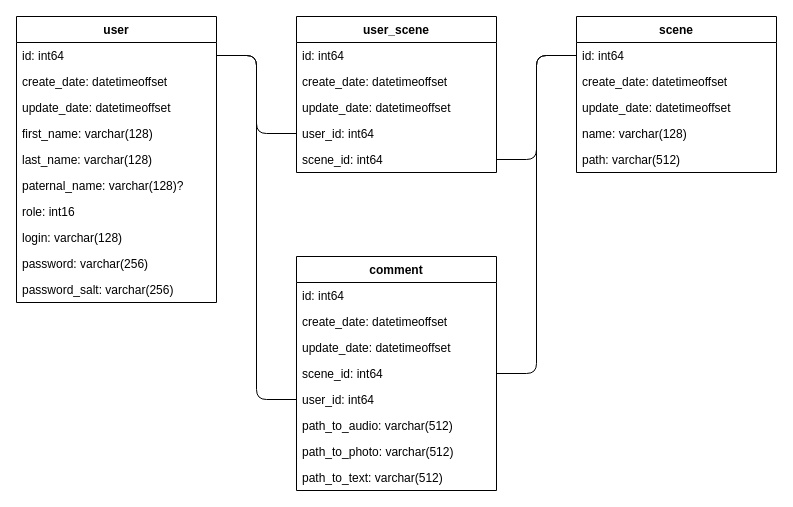
Before: schemas/Database.drawio in Ambashadur/CrimeSceneDatabase, a draw.io diagram. Source tidied: cells renumbered, new cells numbered last; positions are measured from the earlier drawing's top-left corner, leaving out a move shared by most shapes. Both pictures are drawn from the tidied source at 100%, with x=0, y=0 at pixel (16, 16).
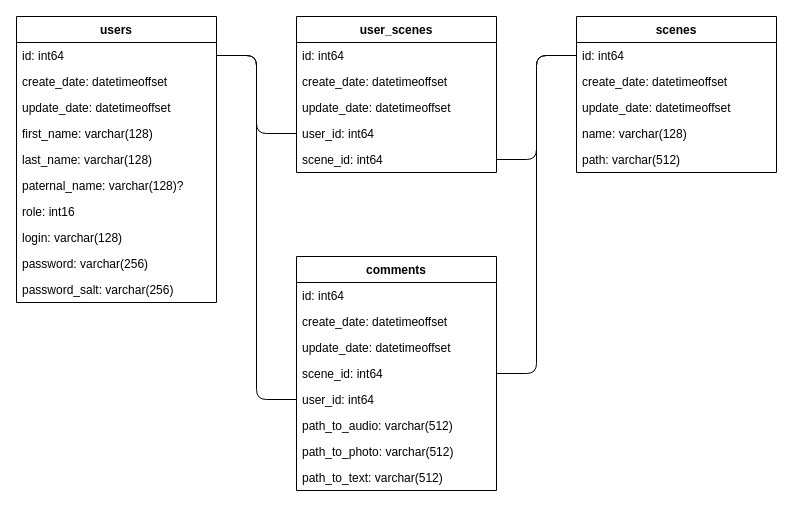
The same page after the edit.

What changed in the source:
```diff
@@
-    <mxCell id="2" value="user" style="swimlane;fontStyle=1;align=center;verticalAlign=top;horizontal=1;startSize=26;" parent="1" vertex="1">
+    <mxCell id="2" value="users" style="swimlane;fontStyle=1;align=center;verticalAlign=top;horizontal=1;startSize=26;" parent="1" vertex="1">
       <mxGeometry width="200" height="286" as="geometry" />
     </mxCell>
@@
-    <mxCell id="13" value="scene" style="swimlane;fontStyle=1;align=center;verticalAlign=top;horizontal=1;startSize=26;" parent="1" vertex="1">
+    <mxCell id="13" value="scenes" style="swimlane;fontStyle=1;align=center;verticalAlign=top;horizontal=1;startSize=26;" parent="1" vertex="1">
       <mxGeometry x="560" width="200" height="156" as="geometry" />
     </mxCell>
@@
-    <mxCell id="19" value="user_scene" style="swimlane;fontStyle=1;align=center;verticalAlign=top;horizontal=1;startSize=26;" parent="1" vertex="1">
+    <mxCell id="19" value="user_scenes" style="swimlane;fontStyle=1;align=center;verticalAlign=top;horizontal=1;startSize=26;" parent="1" vertex="1">
       <mxGeometry x="280" width="200" height="156" as="geometry" />
     </mxCell>
@@
-    <mxCell id="27" value="comment" style="swimlane;fontStyle=1;align=center;verticalAlign=top;horizontal=1;startSize=26;" parent="1" vertex="1">
+    <mxCell id="27" value="comments" style="swimlane;fontStyle=1;align=center;verticalAlign=top;horizontal=1;startSize=26;" parent="1" vertex="1">
       <mxGeometry x="280" y="240" width="200" height="234" as="geometry" />
     </mxCell>
```
